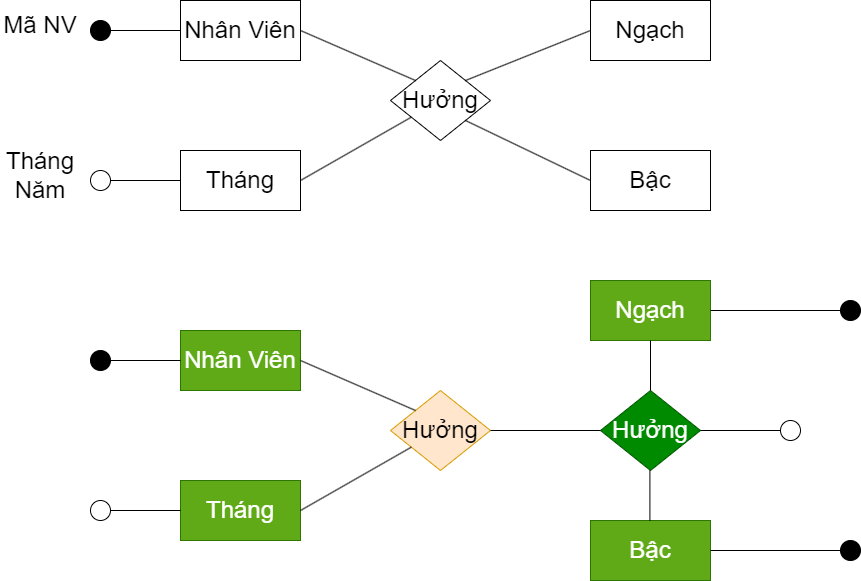
The draw.io diagram QT2(Chuẩn hóa ER).png in datnham0212/learning, before a commit. Source tidied: cells renumbered, new cells last; positions are measured from the earlier drawing's top-left corner, leaving out a move shared by most shapes.
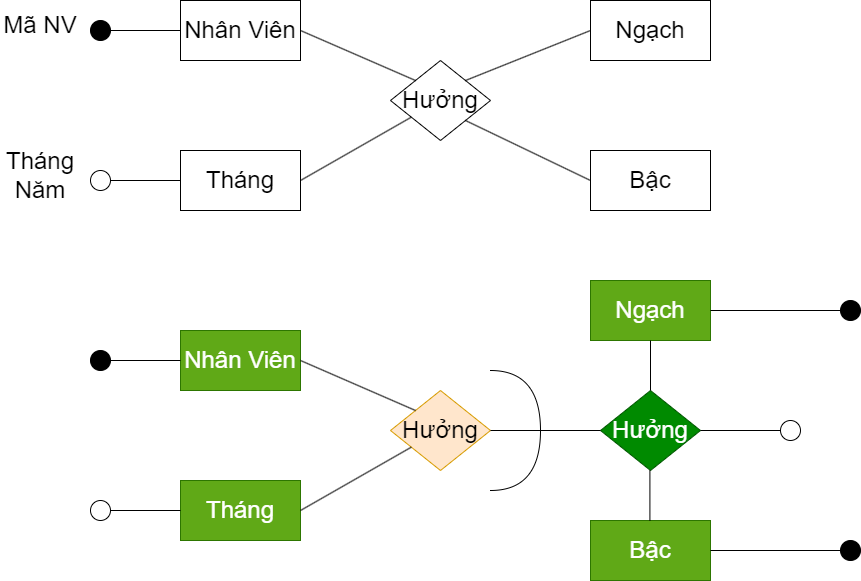
The same file after the commit.

The edit, as a diff of the source:
```diff
@@ -127,5 +127,8 @@
     <mxCell id="37" style="ellipse;whiteSpace=wrap;html=1;fontSize=24;fillColor=#000000;" parent="1" vertex="1">
       <mxGeometry x="840" y="540" width="20" height="20" as="geometry" />
     </mxCell>
+    <mxCell id="38" style="shape=requiredInterface;html=1;verticalLabelPosition=bottom;sketch=0;" parent="1" vertex="1">
+      <mxGeometry x="490" y="370" width="50" height="120" as="geometry" />
+    </mxCell>
   </root>
 </mxGraphModel>
```
